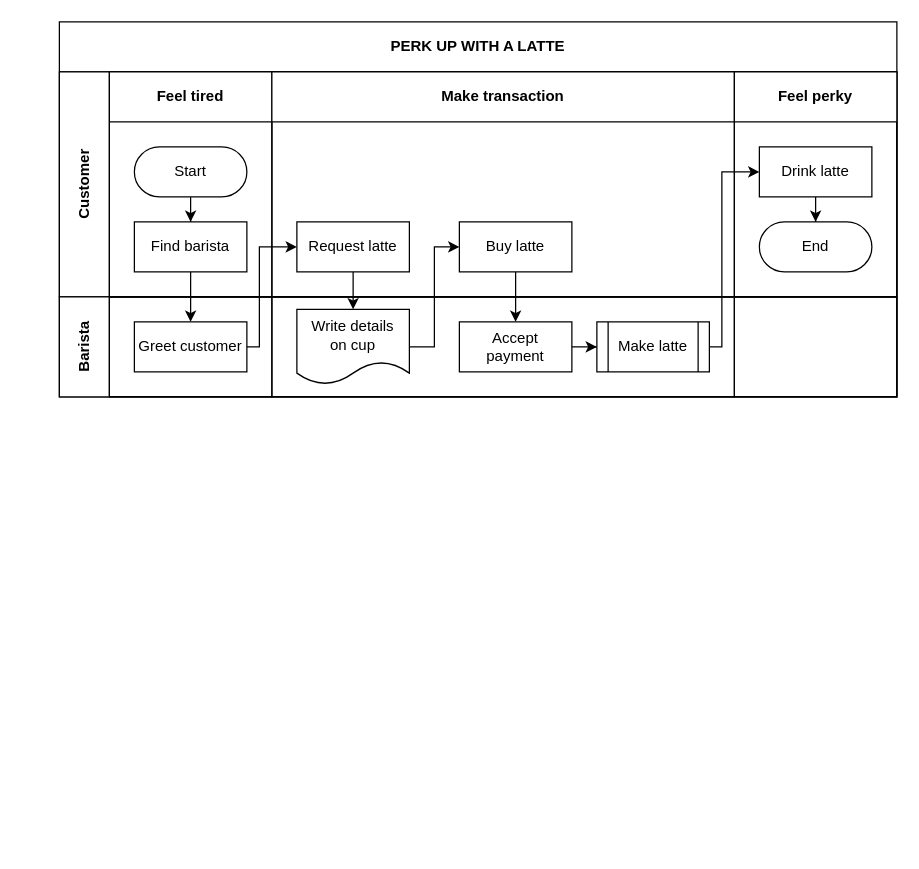
Before: page "Page-33" (31 of 34) of Untitled Diagram.drawio in zengcrvip/basedemo, a draw.io diagram. Source tidied: cells renumbered, new cells numbered last; positions are measured from the earlier drawing's top-left corner, leaving out a move shared by most shapes. Both pictures are drawn from the tidied source at 125%, with x=0, y=0 at pixel (59, 21).
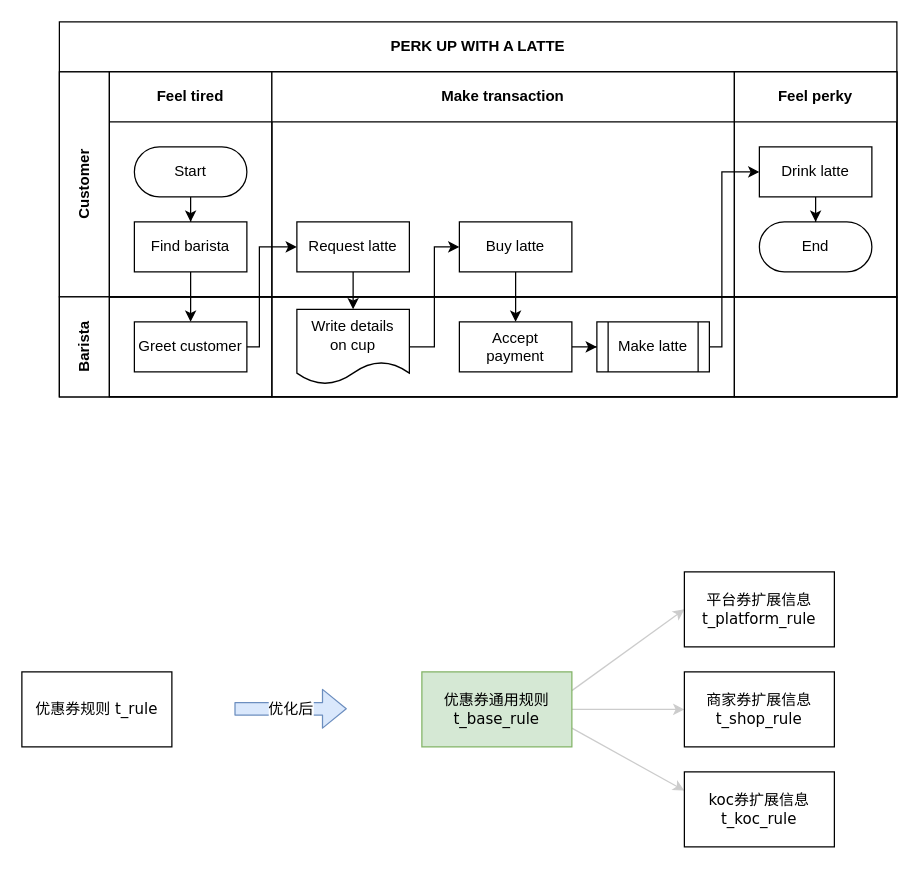
The same diagram, later.

Change to the diagram source:
```diff
@@
+    <mxCell id="30" value="优惠券规则 t_rule" style="rounded=0;whiteSpace=wrap;html=1;fontFamily=Verdana;fontSize=12;fontColor=#000000;align=center;" parent="1" vertex="1">
+      <mxGeometry x="-30" y="520" width="120" height="60" as="geometry" />
+    </mxCell>
+    <mxCell id="31" style="edgeStyle=none;rounded=1;jettySize=auto;html=1;exitX=1;exitY=0.25;exitDx=0;exitDy=0;entryX=0;entryY=0.5;entryDx=0;entryDy=0;labelBackgroundColor=default;fontFamily=Verdana;fontSize=12;fontColor=#000000;strokeColor=#CCCCCC;" parent="1" edge="1" source="34" target="35">
+      <mxGeometry relative="1" as="geometry" />
+    </mxCell>
+    <mxCell id="32" style="edgeStyle=none;rounded=1;jettySize=auto;html=1;exitX=1;exitY=0.5;exitDx=0;exitDy=0;entryX=0;entryY=0.5;entryDx=0;entryDy=0;labelBackgroundColor=default;fontFamily=Verdana;fontSize=12;fontColor=#000000;strokeColor=#CCCCCC;" parent="1" edge="1" source="34" target="36">
+      <mxGeometry relative="1" as="geometry" />
+    </mxCell>
+    <mxCell id="33" style="edgeStyle=none;rounded=1;jettySize=auto;html=1;exitX=1;exitY=0.75;exitDx=0;exitDy=0;entryX=0;entryY=0.25;entryDx=0;entryDy=0;labelBackgroundColor=default;fontFamily=Verdana;fontSize=12;fontColor=#000000;strokeColor=#CCCCCC;" parent="1" edge="1" source="34" target="37">
+      <mxGeometry relative="1" as="geometry" />
+    </mxCell>
+    <mxCell id="34" value="优惠券通用规则 t_base_rule" style="rounded=0;whiteSpace=wrap;html=1;fontFamily=Verdana;fontSize=12;align=center;fillColor=#d5e8d4;strokeColor=#82b366;" parent="1" vertex="1">
+      <mxGeometry x="290" y="520" width="120" height="60" as="geometry" />
+    </mxCell>
+    <mxCell id="35" value="平台券扩展信息&lt;br&gt;t_&lt;span&gt;platform_rule&lt;br&gt;&lt;/span&gt;" style="rounded=0;whiteSpace=wrap;html=1;fontFamily=Verdana;fontSize=12;fontColor=#000000;align=center;" parent="1" vertex="1">
+      <mxGeometry x="500" y="440" width="120" height="60" as="geometry" />
+    </mxCell>
+    <mxCell id="36" value="商家券扩展信息&lt;br&gt;t_shop&lt;span&gt;_rule&lt;br&gt;&lt;/span&gt;" style="rounded=0;whiteSpace=wrap;html=1;fontFamily=Verdana;fontSize=12;fontColor=#000000;align=center;" parent="1" vertex="1">
+      <mxGeometry x="500" y="520" width="120" height="60" as="geometry" />
+    </mxCell>
+    <mxCell id="37" value="koc券扩展信息&lt;br&gt;t_koc&lt;span&gt;_rule&lt;br&gt;&lt;/span&gt;" style="rounded=0;whiteSpace=wrap;html=1;fontFamily=Verdana;fontSize=12;fontColor=#000000;align=center;" parent="1" vertex="1">
+      <mxGeometry x="500" y="600" width="120" height="60" as="geometry" />
+    </mxCell>
+    <mxCell id="38" value="优化后" style="shape=flexArrow;endArrow=classic;html=1;rounded=1;labelBackgroundColor=default;fontFamily=Verdana;fontSize=12;fontColor=#000000;strokeColor=#6c8ebf;fillColor=#dae8fc;" parent="1" edge="1">
+      <mxGeometry relative="1" as="geometry">
+        <mxPoint x="140" y="549.5" as="sourcePoint" />
+        <mxPoint x="230" y="549.5" as="targetPoint" />
+      </mxGeometry>
+    </mxCell>
```
